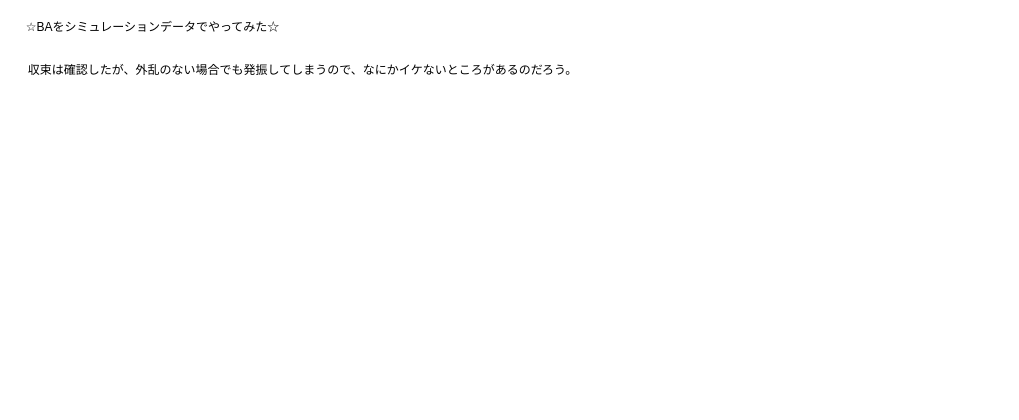
Before: page "BA by sim data" (5 of 8) of docs/vislam.drawio in eryeden/vi-slam, a draw.io diagram. Source tidied: cells renumbered, new cells numbered last; positions are measured from the earlier drawing's top-left corner, leaving out a move shared by most shapes. Both pictures are drawn from the tidied source at 100%, with x=0, y=0 at pixel (17, 17).
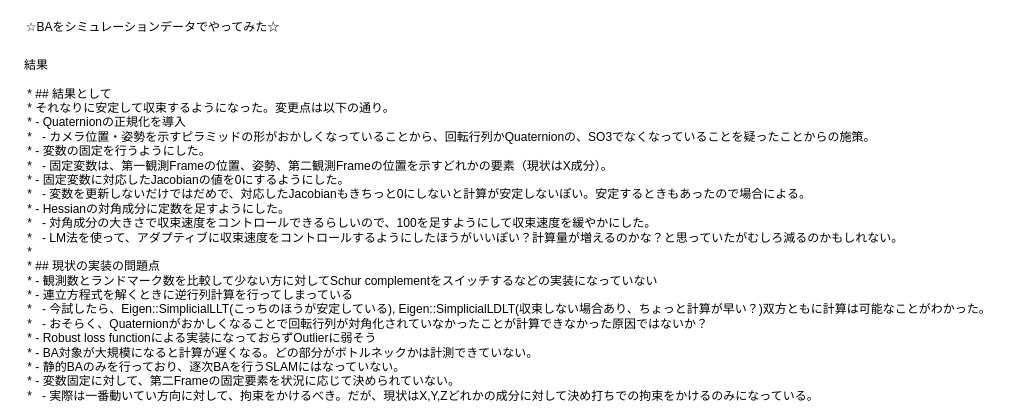
The same diagram, later.

Change to the diagram source:
```diff
@@
 <mxGraphModel>
   <root>
     <mxCell id="0" />
     <mxCell id="1" parent="0" />
     <mxCell id="2" value="☆BAをシミュレーションデータでやってみた☆" style="text;html=1;align=center;verticalAlign=middle;" parent="1" vertex="1">
       <mxGeometry width="270" height="20" as="geometry" />
     </mxCell>
-    <mxCell id="3" value="収束は確認したが、外乱のない場合でも発振してしまうので、なにかイケないところがあるのだろう。" style="text;html=1;align=center;verticalAlign=middle;" parent="1" vertex="1">
-      <mxGeometry x="5" y="43" width="560" height="20" as="geometry" />
-    </mxCell>
+    <mxCell id="4" value="結果&lt;br&gt;&lt;br&gt;&lt;div&gt;&amp;nbsp;* ## 結果として&lt;/div&gt;&lt;div&gt;&amp;nbsp;* それなりに安定して収束するようになった。変更点は以下の通り。&lt;/div&gt;&lt;div&gt;&amp;nbsp;* - Quaternionの正規化を導入&lt;/div&gt;&lt;div&gt;&amp;nbsp;*&amp;nbsp; &amp;nbsp;- カメラ位置・姿勢を示すピラミッドの形がおかしくなっていることから、回転行列かQuaternionの、SO3でなくなっていることを疑ったことからの施策。&lt;/div&gt;&lt;div&gt;&amp;nbsp;* - 変数の固定を行うようにした。&lt;/div&gt;&lt;div&gt;&amp;nbsp;*&amp;nbsp; &amp;nbsp;- 固定変数は、第一観測Frameの位置、姿勢、第二観測Frameの位置を示すどれかの要素（現状はX成分）。&lt;/div&gt;&lt;div&gt;&amp;nbsp;* - 固定変数に対応したJacobianの値を0にするようにした。&lt;/div&gt;&lt;div&gt;&amp;nbsp;*&amp;nbsp; &amp;nbsp;- 変数を更新しないだけではだめで、対応したJacobianもきちっと0にしないと計算が安定しないぽい。安定するときもあったので場合による。&lt;/div&gt;&lt;div&gt;&amp;nbsp;* - Hessianの対角成分に定数を足すようにした。&lt;/div&gt;&lt;div&gt;&amp;nbsp;*&amp;nbsp; &amp;nbsp;- 対角成分の大きさで収束速度をコントロールできるらしいので、100を足すようにして収束速度を緩やかにした。&lt;/div&gt;&lt;div&gt;&amp;nbsp;*&amp;nbsp; &amp;nbsp;- LM法を使って、アダプティブに収束速度をコントロールするようにしたほうがいいぽい？計算量が増えるのかな？と思っていたがむしろ減るのかもしれない。&lt;/div&gt;&lt;div&gt;&amp;nbsp;*&lt;/div&gt;&lt;div&gt;&amp;nbsp;* ## 現状の実装の問題点&lt;/div&gt;&lt;div&gt;&amp;nbsp;* - 観測数とランドマーク数を比較して少ない方に対してSchur complementをスイッチするなどの実装になっていない&lt;/div&gt;&lt;div&gt;&amp;nbsp;* - 連立方程式を解くときに逆行列計算を行ってしまっている&lt;/div&gt;&lt;div&gt;&amp;nbsp;*&amp;nbsp; &amp;nbsp;- 今試したら、Eigen::SimplicialLLT(こっちのほうが安定している), Eigen::SimplicialLDLT(収束しない場合あり、ちょっと計算が早い？)双方ともに計算は可能なことがわかった。&lt;/div&gt;&lt;div&gt;&amp;nbsp;*&amp;nbsp; &amp;nbsp;- おそらく、Quaternionがおかしくなることで回転行列が対角化されていなかったことが計算できなかった原因ではないか？&lt;/div&gt;&lt;div&gt;&amp;nbsp;* - Robust loss functionによる実装になっておらずOutlierに弱そう&lt;/div&gt;&lt;div&gt;&amp;nbsp;* - BA対象が大規模になると計算が遅くなる。どの部分がボトルネックかは計測できていない。&lt;/div&gt;&lt;div&gt;&amp;nbsp;* - 静的BAのみを行っており、逐次BAを行うSLAMにはなっていない。&lt;/div&gt;&lt;div&gt;&amp;nbsp;* - 変数固定に対して、第二Frameの固定要素を状況に応じて決められていない。&lt;/div&gt;&lt;div&gt;&amp;nbsp;*&amp;nbsp; &amp;nbsp;- 実際は一番動いてい方向に対して、拘束をかけるべき。だが、現状はX,Y,Zどれかの成分に対して決め打ちでの拘束をかけるのみになっている。&lt;/div&gt;" style="text;html=1;align=left;verticalAlign=middle;" parent="1" vertex="1">
+      <mxGeometry x="5" y="43" width="980" height="340" as="geometry" />
+    </mxCell>
   </root>
 </mxGraphModel>
```
